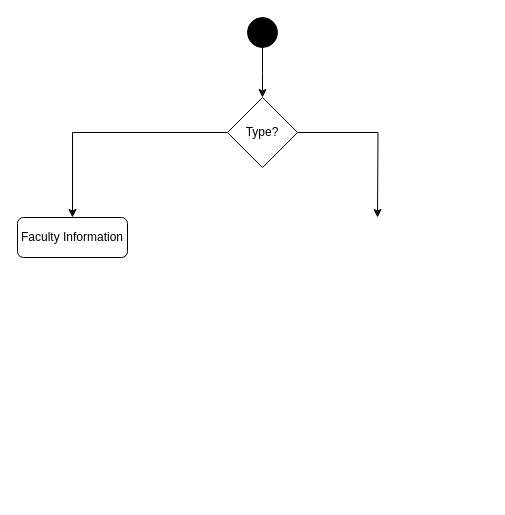
Above: page "Act-3" (3 of 4) of Untitled Diagram.drawio in Tahsinoshin/test (draw.io), before the change. Source tidied: cells renumbered, new cells numbered last; positions are measured from the earlier drawing's top-left corner, leaving out a move shared by most shapes. Both pictures are drawn from the tidied source at 100%, with x=0, y=0 at pixel (17, 17).
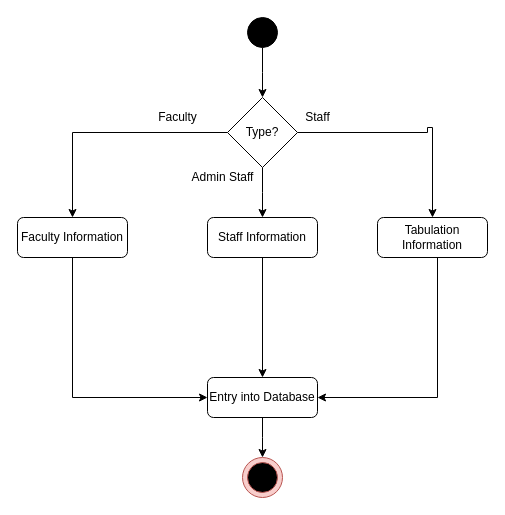
After the change.

Unchanged cells that the change refers to:
```xml
<mxCell id="6" value="Type?" style="rhombus;whiteSpace=wrap;html=1;fillColor=#FFFFFF;" parent="1" vertex="1">
  <mxGeometry x="210" y="80" width="70" height="70" as="geometry" />
</mxCell>
<mxCell id="7" value="Faculty Information" style="rounded=1;whiteSpace=wrap;html=1;fillColor=#FFFFFF;" parent="1" vertex="1">
  <mxGeometry y="200" width="110" height="40" as="geometry" />
</mxCell>
```

Diff of the diagram source:
```diff
@@
-    <mxCell id="5" style="edgeStyle=orthogonalEdgeStyle;rounded=0;jettySize=auto;html=1;exitX=1;exitY=0.5;exitDx=0;exitDy=0;" parent="1" edge="1" source="6">
-      <mxGeometry relative="1" as="geometry">
-        <mxPoint x="360" y="200" as="targetPoint" />
-      </mxGeometry>
-    </mxCell>
+    <mxCell id="8" style="edgeStyle=orthogonalEdgeStyle;rounded=0;jettySize=auto;html=1;entryX=0.5;entryY=0;entryDx=0;entryDy=0;" parent="1" edge="1" source="6" target="14">
+      <mxGeometry relative="1" as="geometry">
+        <Array as="points">
+          <mxPoint x="410" y="115" />
+          <mxPoint x="410" y="110" />
+          <mxPoint x="415" y="110" />
+        </Array>
+      </mxGeometry>
+    </mxCell>
+    <mxCell id="9" style="edgeStyle=orthogonalEdgeStyle;rounded=0;jettySize=auto;html=1;exitX=0.5;exitY=1;exitDx=0;exitDy=0;" parent="1" edge="1" source="6">
+      <mxGeometry relative="1" as="geometry">
+        <mxPoint x="245" y="200" as="targetPoint" />
+      </mxGeometry>
+    </mxCell>
@@
+    <mxCell id="10" style="edgeStyle=orthogonalEdgeStyle;rounded=0;jettySize=auto;html=1;" parent="1" edge="1" source="7">
+      <mxGeometry relative="1" as="geometry">
+        <mxPoint x="190" y="380" as="targetPoint" />
+        <Array as="points">
+          <mxPoint x="55" y="380" />
+        </Array>
+      </mxGeometry>
+    </mxCell>
@@
+    <mxCell id="11" style="edgeStyle=orthogonalEdgeStyle;rounded=0;jettySize=auto;html=1;entryX=0.5;entryY=0;entryDx=0;entryDy=0;" parent="1" edge="1" source="12" target="19">
+      <mxGeometry relative="1" as="geometry" />
+    </mxCell>
+    <mxCell id="12" value="Staff Information" style="rounded=1;whiteSpace=wrap;html=1;fillColor=#FFFFFF;" parent="1" vertex="1">
+      <mxGeometry x="190" y="200" width="110" height="40" as="geometry" />
+    </mxCell>
+    <mxCell id="13" style="edgeStyle=orthogonalEdgeStyle;rounded=0;jettySize=auto;html=1;entryX=1;entryY=0.5;entryDx=0;entryDy=0;" parent="1" edge="1" source="14" target="19">
+      <mxGeometry relative="1" as="geometry">
+        <Array as="points">
+          <mxPoint x="420" y="380" />
+        </Array>
+      </mxGeometry>
+    </mxCell>
+    <mxCell id="14" value="Tabulation Information" style="rounded=1;whiteSpace=wrap;html=1;fillColor=#FFFFFF;" parent="1" vertex="1">
+      <mxGeometry x="360" y="200" width="110" height="40" as="geometry" />
+    </mxCell>
+    <mxCell id="15" value="Faculty" style="text;html=1;align=center;verticalAlign=middle;strokeColor=none;fillColor=none;" parent="1" vertex="1">
+      <mxGeometry x="135" y="90" width="50" height="20" as="geometry" />
+    </mxCell>
+    <mxCell id="16" value="Admin Staff" style="text;html=1;align=center;verticalAlign=middle;strokeColor=none;fillColor=none;" parent="1" vertex="1">
+      <mxGeometry x="165" y="150" width="80" height="20" as="geometry" />
+    </mxCell>
+    <mxCell id="17" value="Staff" style="text;html=1;align=center;verticalAlign=middle;strokeColor=none;fillColor=none;" parent="1" vertex="1">
+      <mxGeometry x="280" y="90" width="40" height="20" as="geometry" />
+    </mxCell>
+    <mxCell id="18" style="edgeStyle=orthogonalEdgeStyle;rounded=0;jettySize=auto;html=1;" parent="1" edge="1" source="19">
+      <mxGeometry relative="1" as="geometry">
+        <mxPoint x="245" y="440" as="targetPoint" />
+      </mxGeometry>
+    </mxCell>
+    <mxCell id="19" value="Entry into Database" style="rounded=1;whiteSpace=wrap;html=1;fillColor=#FFFFFF;" parent="1" vertex="1">
+      <mxGeometry x="190" y="360" width="110" height="40" as="geometry" />
+    </mxCell>
+    <mxCell id="20" style="ellipse;whiteSpace=wrap;html=1;fillColor=#f8cecc;strokeColor=#b85450;" parent="1" vertex="1">
+      <mxGeometry x="225" y="440" width="40" height="40" as="geometry" />
+    </mxCell>
+    <mxCell id="21" style="ellipse;whiteSpace=wrap;html=1;fillColor=#000000;strokeColor=#b85450;" parent="1" vertex="1">
+      <mxGeometry x="230" y="445" width="30" height="30" as="geometry" />
+    </mxCell>
```
